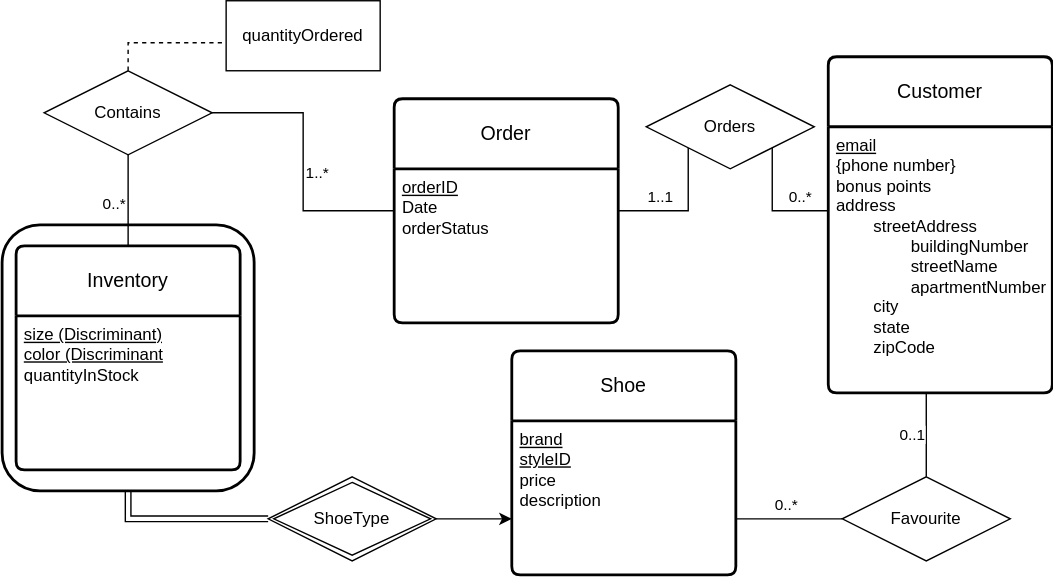
This is Classes + Uni/PDS/Homeworks/Homework 1/Drawings/P2Sd.drawio.svg from ivanearisty/obsidian, a draw.io export, as it was before one commit. Source tidied: cells renumbered, new cells last; positions are measured from the earlier drawing's top-left corner, leaving out a move shared by most shapes.
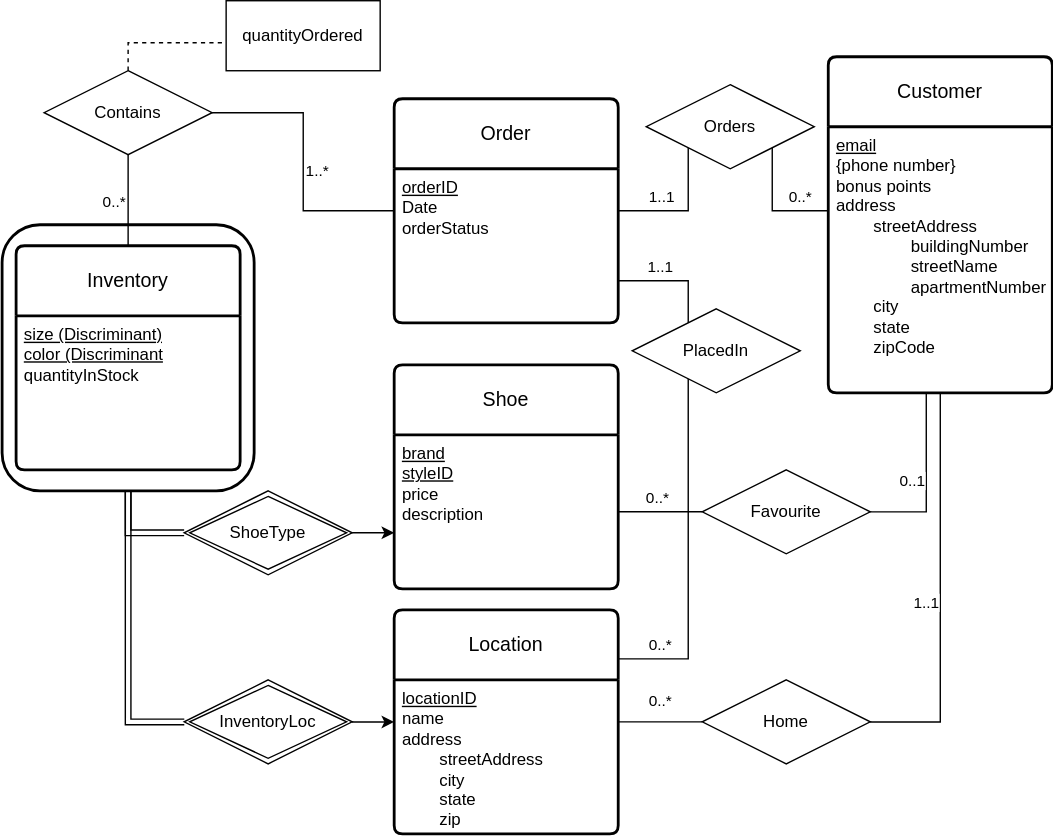
The same file after the commit.

Commit message:
vault backup: 2024-09-28 20:58:41

The edit, as a diff of the source:
```diff
@@ -51,7 +51,7 @@
       <mxGeometry x="160" width="110" height="50" as="geometry" />
     </mxCell>
     <mxCell id="14" value="Shoe" style="swimlane;horizontal=1;startSize=50;rounded=1;fontSize=14;fontStyle=0;strokeWidth=2;shadow=0;dashed=0;align=center;arcSize=4;whiteSpace=wrap;html=1;" parent="1" vertex="1">
-      <mxGeometry x="364" y="250" width="160" height="160" as="geometry" />
+      <mxGeometry x="280" y="260" width="160" height="160" as="geometry" />
     </mxCell>
     <mxCell id="15" value="&lt;u&gt;brand&lt;/u&gt;&lt;div&gt;&lt;u&gt;styleID&lt;/u&gt;&lt;/div&gt;&lt;div&gt;price&lt;/div&gt;&lt;div&gt;description&lt;/div&gt;" style="align=left;strokeColor=none;fillColor=none;spacingLeft=4;fontSize=12;verticalAlign=top;html=1;" parent="14" vertex="1">
       <mxGeometry y="50" width="160" height="110" as="geometry" />
@@ -71,18 +71,18 @@
     <mxCell id="20" style="edgeStyle=orthogonalEdgeStyle;rounded=0;jettySize=auto;html=1;" parent="1" edge="1" source="21" target="14">
       <mxGeometry relative="1" as="geometry">
         <Array as="points">
-          <mxPoint x="350" y="370" />
-          <mxPoint x="350" y="370" />
+          <mxPoint x="230" y="410" />
+          <mxPoint x="230" y="410" />
         </Array>
       </mxGeometry>
     </mxCell>
     <mxCell id="21" value="ShoeType" style="shape=rhombus;double=1;perimeter=rhombusPerimeter;whiteSpace=wrap;html=1;align=center;" parent="1" vertex="1">
-      <mxGeometry x="190" y="340" width="120" height="60" as="geometry" />
+      <mxGeometry x="130" y="350" width="120" height="60" as="geometry" />
     </mxCell>
     <mxCell id="22" style="edgeStyle=orthogonalEdgeStyle;rounded=0;jettySize=auto;html=1;shape=link;" parent="1" edge="1" source="19" target="21">
       <mxGeometry relative="1" as="geometry">
         <Array as="points">
-          <mxPoint x="90" y="370" />
+          <mxPoint x="90" y="380" />
         </Array>
       </mxGeometry>
     </mxCell>
@@ -95,15 +95,63 @@
       </mxGeometry>
     </mxCell>
     <mxCell id="24" value="Favourite" style="shape=rhombus;perimeter=rhombusPerimeter;whiteSpace=wrap;html=1;align=center;" parent="1" vertex="1">
-      <mxGeometry x="600" y="340" width="120" height="60" as="geometry" />
+      <mxGeometry x="500" y="335" width="120" height="60" as="geometry" />
     </mxCell>
-    <mxCell id="25" value="0..*" style="edgeStyle=orthogonalEdgeStyle;rounded=0;jettySize=auto;html=1;endArrow=none;endFill=0;" parent="1" edge="1" source="15" target="24">
-      <mxGeometry x="-0.05" y="10" relative="1" as="geometry">
-        <Array as="points">
-          <mxPoint x="550" y="370" />
-          <mxPoint x="550" y="370" />
-        </Array>
-      </mxGeometry>
+    <mxCell id="25" value="0..*" style="rounded=0;jettySize=auto;html=1;endArrow=none;endFill=0;edgeStyle=orthogonalEdgeStyle;" parent="1" edge="1" source="15" target="24">
+      <mxGeometry x="-0.05" y="10" relative="1" as="geometry" />
     </mxCell>
+    <mxCell id="26" value="0..*" style="edgeStyle=orthogonalEdgeStyle;rounded=0;jettySize=auto;html=1;endArrow=none;endFill=0;" parent="1" edge="1" source="28" target="34">
+      <mxGeometry y="15" relative="1" as="geometry">
+        <mxPoint x="-1" as="offset" />
+      </mxGeometry>
+    </mxCell>
+    <mxCell id="27" value="0..*" style="edgeStyle=orthogonalEdgeStyle;rounded=0;jettySize=auto;html=1;endArrow=none;endFill=0;" parent="1" edge="1" source="28" target="36">
+      <mxGeometry x="-0.76" y="10" relative="1" as="geometry">
+        <Array as="points">
+          <mxPoint x="490" y="470" />
+        </Array>
+        <mxPoint x="-1" as="offset" />
+      </mxGeometry>
+    </mxCell>
+    <mxCell id="28" value="Location" style="swimlane;horizontal=1;startSize=50;rounded=1;fontSize=14;fontStyle=0;strokeWidth=2;shadow=0;dashed=0;align=center;arcSize=4;whiteSpace=wrap;html=1;" parent="1" vertex="1">
+      <mxGeometry x="280" y="435" width="160" height="160" as="geometry" />
+    </mxCell>
+    <mxCell id="29" value="&lt;u&gt;locationID&lt;/u&gt;&lt;div&gt;name&lt;/div&gt;&lt;div&gt;address&lt;/div&gt;&lt;div&gt;&lt;span style=&quot;white-space: pre;&quot;&gt;&#9;&lt;/span&gt;streetAddress&lt;br&gt;&lt;/div&gt;&lt;div&gt;&lt;span style=&quot;white-space: pre;&quot;&gt;&#9;&lt;/span&gt;city&lt;br&gt;&lt;/div&gt;&lt;div&gt;&lt;span style=&quot;white-space: pre;&quot;&gt;&#9;&lt;/span&gt;state&lt;br&gt;&lt;/div&gt;&lt;div&gt;&lt;span style=&quot;white-space: pre;&quot;&gt;&#9;&lt;/span&gt;zip&lt;br&gt;&lt;/div&gt;" style="align=left;strokeColor=none;fillColor=none;spacingLeft=4;fontSize=12;verticalAlign=top;html=1;" parent="28" vertex="1">
+      <mxGeometry y="50" width="160" height="110" as="geometry" />
+    </mxCell>
+    <mxCell id="30" style="edgeStyle=orthogonalEdgeStyle;rounded=0;jettySize=auto;html=1;shape=link;" parent="1" edge="1" source="19" target="32">
+      <mxGeometry relative="1" as="geometry">
+        <Array as="points">
+          <mxPoint x="90" y="515" />
+        </Array>
+      </mxGeometry>
+    </mxCell>
+    <mxCell id="31" style="edgeStyle=orthogonalEdgeStyle;rounded=0;jettySize=auto;html=1;" parent="1" edge="1" source="32" target="28">
+      <mxGeometry relative="1" as="geometry" />
+    </mxCell>
+    <mxCell id="32" value="InventoryLoc" style="shape=rhombus;double=1;perimeter=rhombusPerimeter;whiteSpace=wrap;html=1;align=center;" parent="1" vertex="1">
+      <mxGeometry x="130" y="485" width="120" height="60" as="geometry" />
+    </mxCell>
+    <mxCell id="33" value="1..1" style="edgeStyle=orthogonalEdgeStyle;rounded=0;jettySize=auto;html=1;endArrow=none;endFill=0;" parent="1" edge="1" source="34" target="4">
+      <mxGeometry x="-0.05" y="10" relative="1" as="geometry">
+        <Array as="points">
+          <mxPoint x="670" y="515" />
+        </Array>
+      </mxGeometry>
+    </mxCell>
+    <mxCell id="34" value="Home" style="shape=rhombus;perimeter=rhombusPerimeter;whiteSpace=wrap;html=1;align=center;" parent="1" vertex="1">
+      <mxGeometry x="500" y="485" width="120" height="60" as="geometry" />
+    </mxCell>
+    <mxCell id="35" value="1..1" style="edgeStyle=orthogonalEdgeStyle;rounded=0;jettySize=auto;html=1;endArrow=none;endFill=0;" parent="1" edge="1" source="36" target="9">
+      <mxGeometry x="0.25" y="-10" relative="1" as="geometry">
+        <Array as="points">
+          <mxPoint x="490" y="200" />
+        </Array>
+        <mxPoint x="1" as="offset" />
+      </mxGeometry>
+    </mxCell>
+    <mxCell id="36" value="PlacedIn" style="shape=rhombus;perimeter=rhombusPerimeter;whiteSpace=wrap;html=1;align=center;" parent="1" vertex="1">
+      <mxGeometry x="450" y="220" width="120" height="60" as="geometry" />
+    </mxCell>
   </root>
 </mxGraphModel>
```
